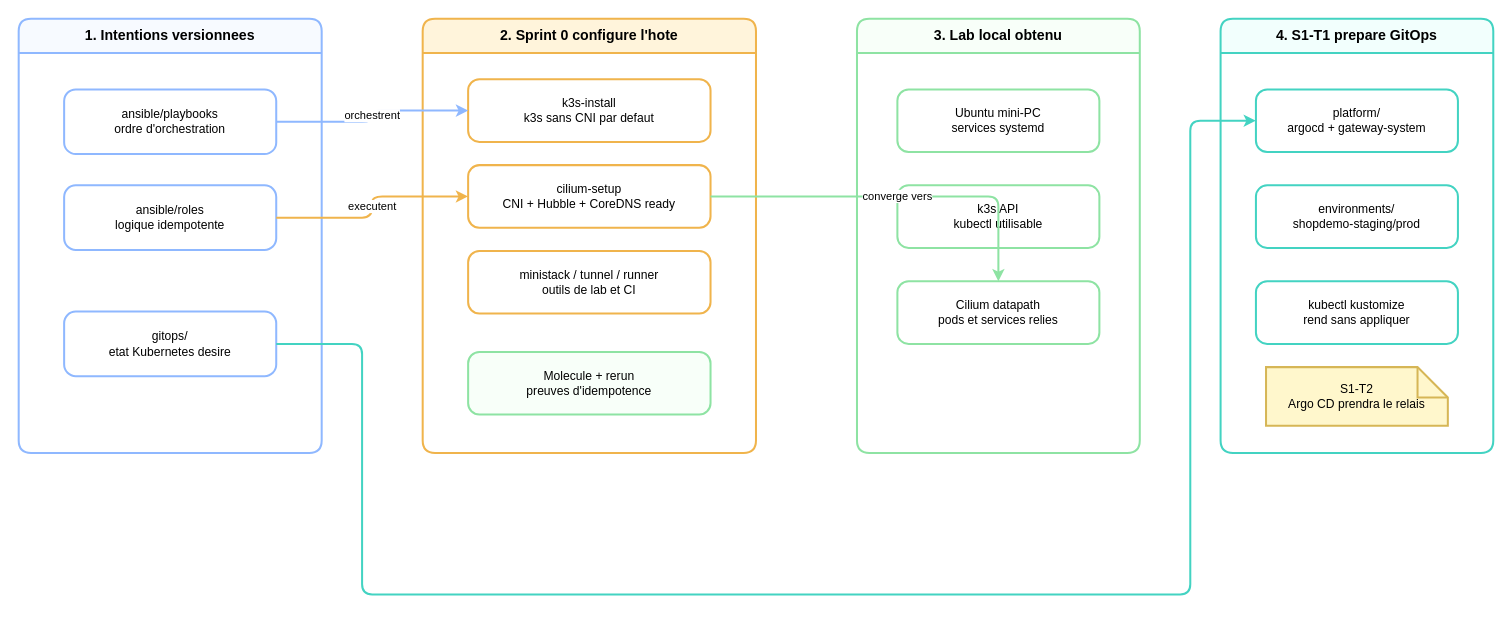
ClementV78/shop-demo keeps this draw.io diagram as docs/diagrams/comment-ca-marche-s0-s1.drawio. Above is the earlier version. Source tidied: cells renumbered, new cells numbered last; positions are measured from the earlier drawing's top-left corner, leaving out a move shared by most shapes. Both pictures are drawn from the tidied source at 101%, with x=0, y=0 at pixel (18, 18).
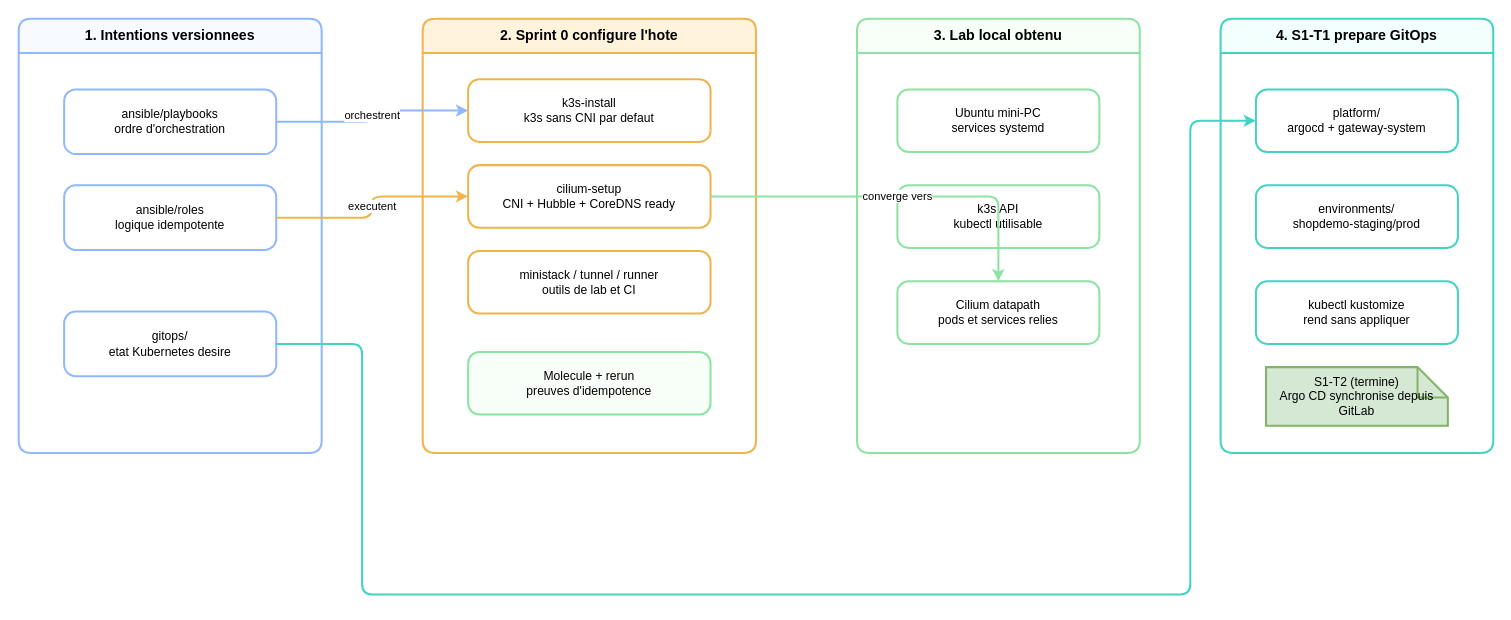
After the change.

Commit message (it also covers changes not shown here):
Documenter S1-T2 (Argo CD) partout ou le futur etait encore mentionne

The change refers to these unchanged cells:
```xml
<mxCell id="15" value="4. S1-T1 prepare GitOps" style="swimlane;startSize=34;rounded=1;arcSize=12;whiteSpace=wrap;html=1;fontFamily=Helvetica;fontSize=14;fontStyle=1;fillColor=#f2fffd;strokeColor=#43d3c2;strokeWidth=2;" parent="1" vertex="1">
  <mxGeometry x="1190" width="270" height="430" as="geometry" />
</mxCell>
```

Diff of the diagram source:
```diff
@@
-    <mxCell id="19" value="S1-T2&#10;Argo CD prendra le relais" style="shape=note;whiteSpace=wrap;html=1;fontFamily=Helvetica;fontSize=12;fillColor=#fff7cc;strokeColor=#d6b656;strokeWidth=2;" parent="15" vertex="1">
+    <mxCell id="19" value="S1-T2 (termine)&#10;Argo CD synchronise depuis GitLab" style="shape=note;whiteSpace=wrap;html=1;fontFamily=Helvetica;fontSize=12;fillColor=#d5e8d4;strokeColor=#82b366;strokeWidth=2;" parent="15" vertex="1">
       <mxGeometry x="45" y="345" width="180" height="58" as="geometry" />
     </mxCell>
```
